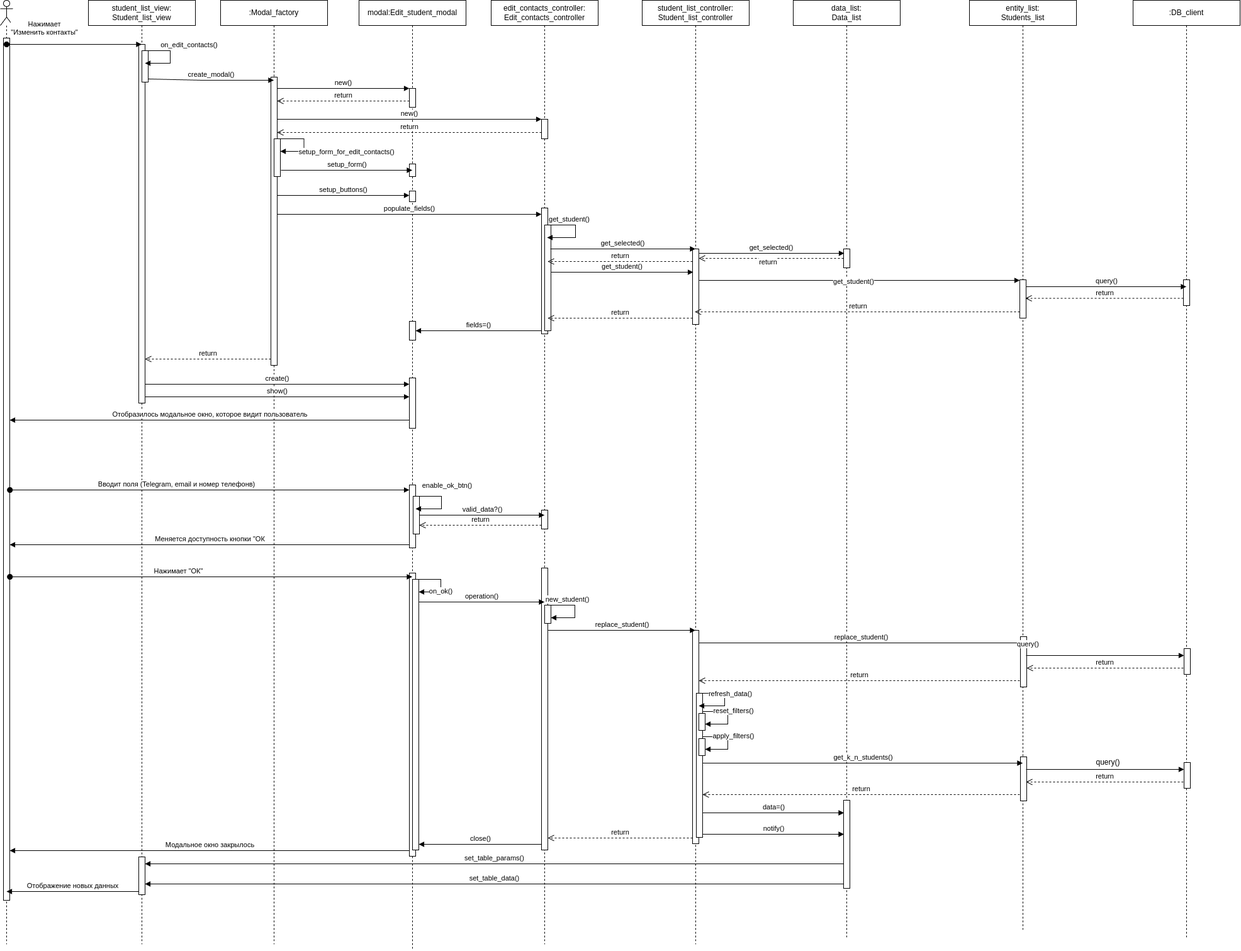
ZaiiiRan/design_patterns keeps this draw.io diagram as student_mvc/media/diagrams/sequence_diagram_for_edit_contacts.png. Above is the earlier version. Source tidied: cells renumbered, new cells last; positions are measured from the earlier drawing's top-left corner, leaving out a move shared by most shapes.
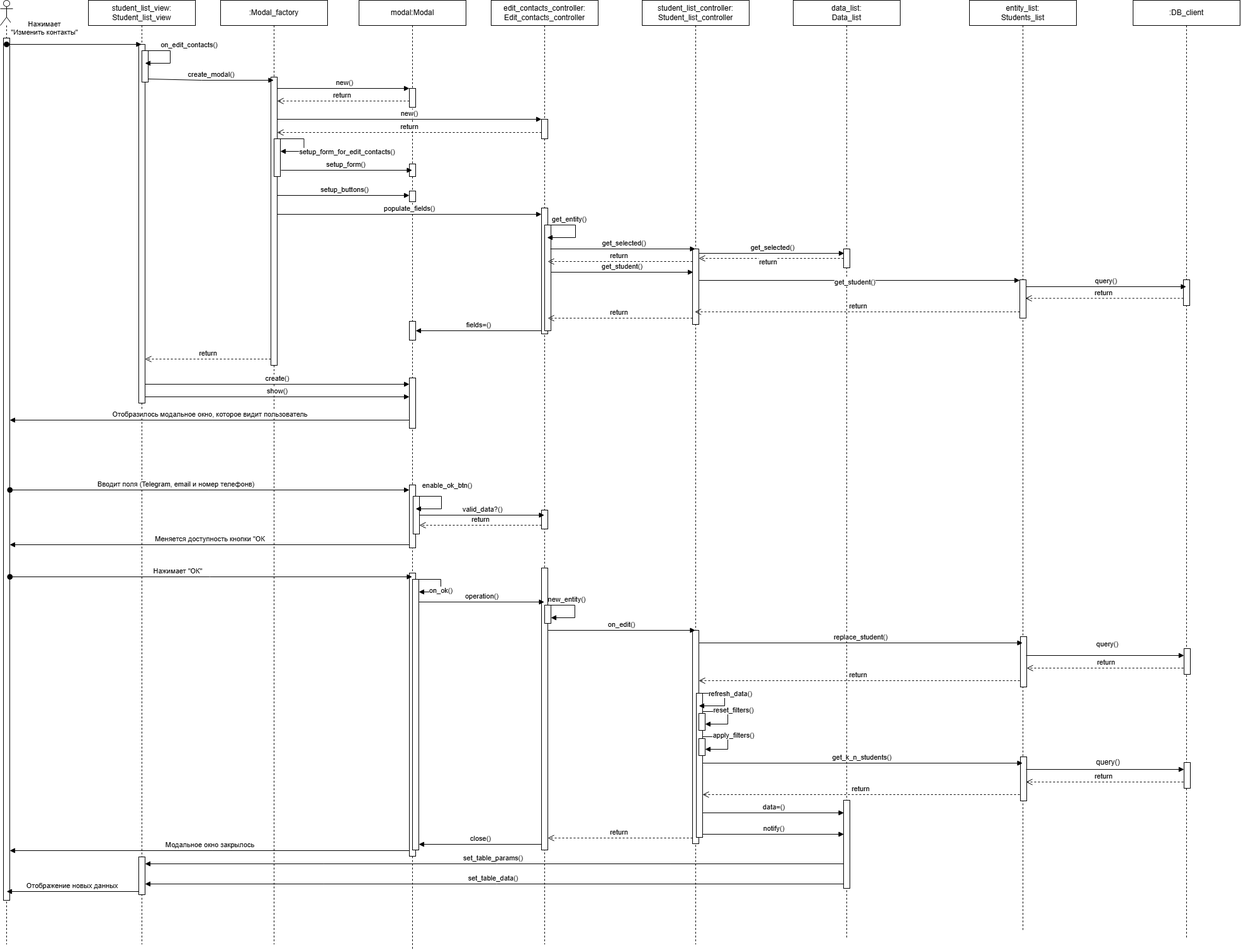
Above is the later version.

What changed in the source:
```diff
@@ -25,7 +25,7 @@
         <mxPoint x="10" y="70" as="sourcePoint" />
       </mxGeometry>
     </mxCell>
-    <mxCell id="9" value="modal:Edit_student_modal" style="shape=umlLifeline;perimeter=lifelinePerimeter;whiteSpace=wrap;html=1;outlineConnect=0;portConstraint=eastwest;newEdgeStyle={&quot;curved&quot;:0,&quot;rounded&quot;:0};" parent="1" vertex="1">
+    <mxCell id="9" value="modal:Modal" style="shape=umlLifeline;perimeter=lifelinePerimeter;whiteSpace=wrap;html=1;outlineConnect=0;portConstraint=eastwest;newEdgeStyle={&quot;curved&quot;:0,&quot;rounded&quot;:0};" parent="1" vertex="1">
       <mxGeometry x="570" width="170" height="1510" as="geometry" />
     </mxCell>
     <mxCell id="10" style="html=1;perimeter=orthogonalPerimeter;targetShapes=umlLifeline;newEdgeStyle={&quot;curved&quot;:0,&quot;rounded&quot;:0};" parent="9" vertex="1">
@@ -186,7 +186,7 @@
         <mxPoint x="864.5" y="956" as="targetPoint" />
       </mxGeometry>
     </mxCell>
-    <mxCell id="49" value="get_student()" style="html=1;verticalAlign=bottom;endArrow=block;curved=0;rounded=0;" parent="1" edge="1">
+    <mxCell id="49" value="get_entity()" style="html=1;verticalAlign=bottom;endArrow=block;curved=0;rounded=0;" parent="1" edge="1">
       <mxGeometry x="-0.43" relative="1" as="geometry">
         <mxPoint x="874" y="357" as="sourcePoint" />
         <mxPoint x="869" y="377" as="targetPoint" />
@@ -265,7 +265,7 @@
         <mxPoint x="660" y="525" as="targetPoint" />
       </mxGeometry>
     </mxCell>
-    <mxCell id="63" value="new_student()" style="html=1;verticalAlign=bottom;endArrow=block;curved=0;rounded=0;" parent="1" edge="1" target="25">
+    <mxCell id="63" value="new_entity()" style="html=1;verticalAlign=bottom;endArrow=block;curved=0;rounded=0;" parent="1" edge="1" target="25">
       <mxGeometry x="-0.43" relative="1" as="geometry">
         <mxPoint x="873" y="961" as="sourcePoint" />
         <Array as="points">
@@ -274,7 +274,7 @@
         </Array>
       </mxGeometry>
     </mxCell>
-    <mxCell id="64" value="replace_student()" style="html=1;verticalAlign=bottom;endArrow=block;curved=0;rounded=0;" parent="1" edge="1" source="22">
+    <mxCell id="64" value="on_edit()" style="html=1;verticalAlign=bottom;endArrow=block;curved=0;rounded=0;" parent="1" edge="1" source="22">
       <mxGeometry relative="1" as="geometry">
         <mxPoint x="1104.5" y="1001" as="targetPoint" />
       </mxGeometry>
```
